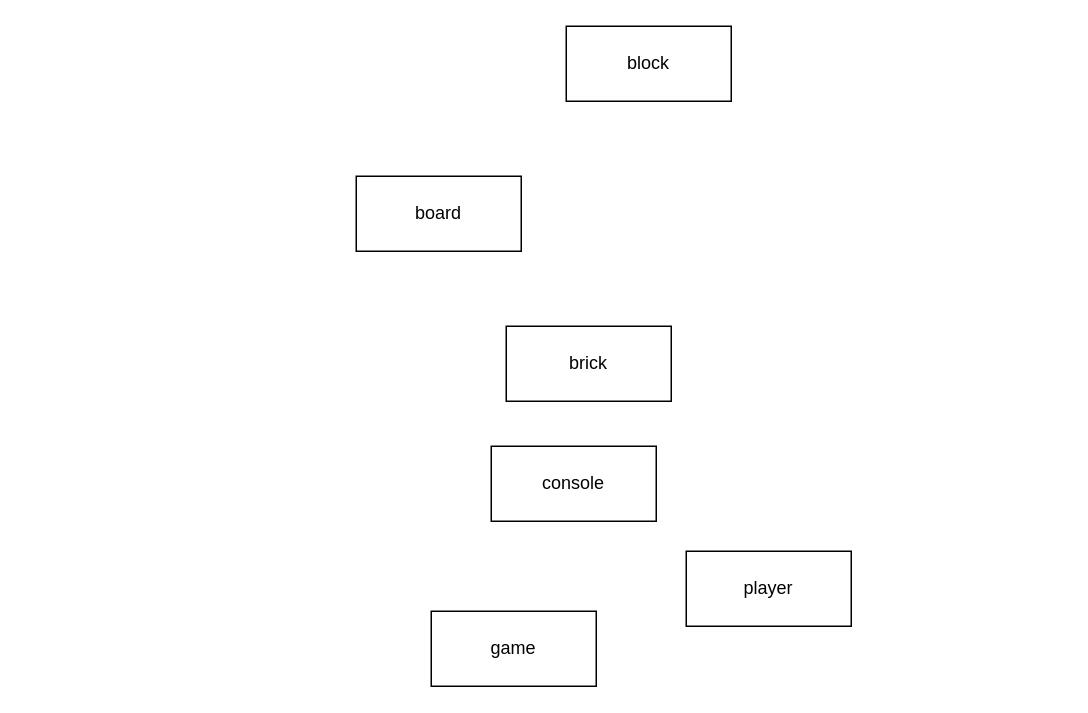
ahnguyen24/Tetris keeps this draw.io diagram as Untitled Diagram.drawio. Above is the earlier version. Source tidied: cells renumbered, new cells numbered last; positions are measured from the earlier drawing's top-left corner, leaving out a move shared by most shapes. Both pictures are drawn from the tidied source at 150%, with x=0, y=0 at pixel (356, 26).
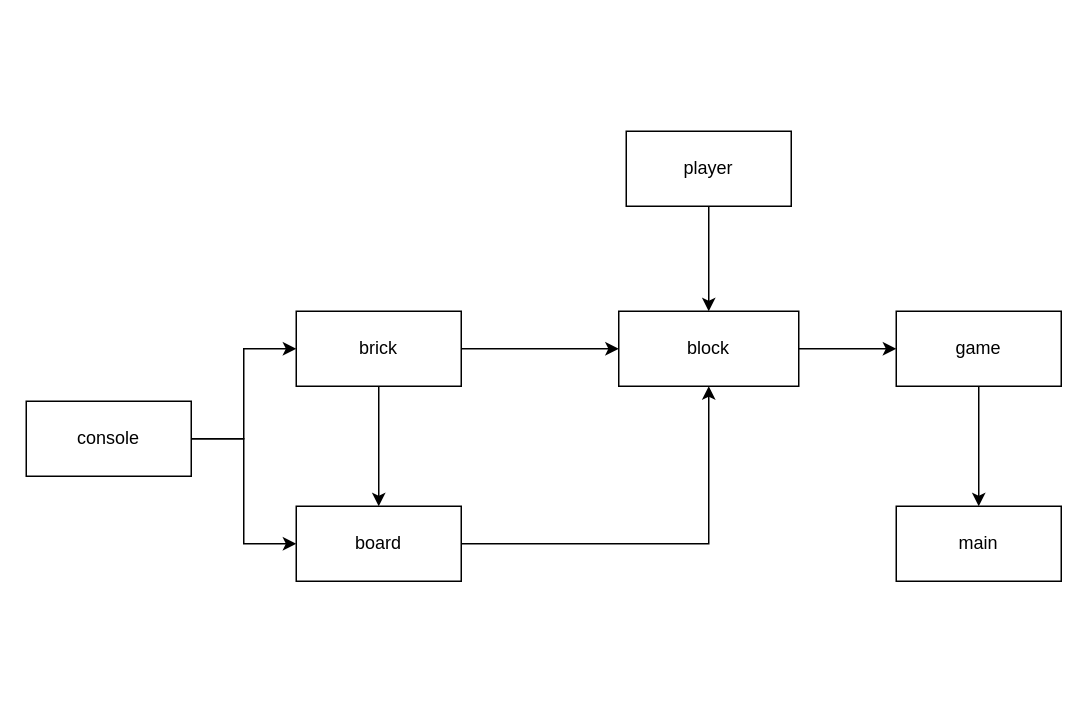
The same diagram, later.

The edit, as a diff of the source:
```diff
@@
 <mxGraphModel>
   <root>
     <mxCell id="0" />
     <mxCell id="1" parent="0" />
+    <mxCell id="8" style="edgeStyle=orthogonalEdgeStyle;rounded=0;jettySize=auto;html=1;entryX=0;entryY=0.5;entryDx=0;entryDy=0;" parent="1" edge="1" source="2" target="6">
+      <mxGeometry relative="1" as="geometry" />
+    </mxCell>
     <mxCell id="2" value="block" style="html=1;whiteSpace=wrap;" parent="1" vertex="1">
-      <mxGeometry x="140" width="110" height="50" as="geometry" />
+      <mxGeometry x="175" y="190" width="120" height="50" as="geometry" />
     </mxCell>
+    <mxCell id="9" style="edgeStyle=orthogonalEdgeStyle;rounded=0;jettySize=auto;html=1;entryX=0.5;entryY=1;entryDx=0;entryDy=0;" parent="1" edge="1" source="3" target="2">
+      <mxGeometry relative="1" as="geometry" />
+    </mxCell>
     <mxCell id="3" value="board" style="html=1;whiteSpace=wrap;" parent="1" vertex="1">
-      <mxGeometry y="100" width="110" height="50" as="geometry" />
+      <mxGeometry x="-40" y="320" width="110" height="50" as="geometry" />
     </mxCell>
+    <mxCell id="10" style="edgeStyle=orthogonalEdgeStyle;rounded=0;jettySize=auto;html=1;exitX=1;exitY=0.5;exitDx=0;exitDy=0;entryX=0;entryY=0.5;entryDx=0;entryDy=0;" parent="1" edge="1" source="4" target="2">
+      <mxGeometry relative="1" as="geometry" />
+    </mxCell>
+    <mxCell id="11" style="edgeStyle=orthogonalEdgeStyle;rounded=0;jettySize=auto;html=1;entryX=0.5;entryY=0;entryDx=0;entryDy=0;" parent="1" edge="1" source="4" target="3">
+      <mxGeometry relative="1" as="geometry" />
+    </mxCell>
     <mxCell id="4" value="brick" style="html=1;whiteSpace=wrap;" parent="1" vertex="1">
-      <mxGeometry x="100" y="200" width="110" height="50" as="geometry" />
+      <mxGeometry x="-40" y="190" width="110" height="50" as="geometry" />
     </mxCell>
+    <mxCell id="12" style="edgeStyle=orthogonalEdgeStyle;rounded=0;jettySize=auto;html=1;entryX=0;entryY=0.5;entryDx=0;entryDy=0;" parent="1" edge="1" source="5" target="3">
+      <mxGeometry relative="1" as="geometry" />
+    </mxCell>
+    <mxCell id="13" style="edgeStyle=orthogonalEdgeStyle;rounded=0;jettySize=auto;html=1;entryX=0;entryY=0.5;entryDx=0;entryDy=0;" parent="1" edge="1" source="5" target="4">
+      <mxGeometry relative="1" as="geometry" />
+    </mxCell>
     <mxCell id="5" value="console" style="html=1;whiteSpace=wrap;" parent="1" vertex="1">
-      <mxGeometry x="90" y="280" width="110" height="50" as="geometry" />
+      <mxGeometry x="-220" y="250" width="110" height="50" as="geometry" />
     </mxCell>
+    <mxCell id="14" style="edgeStyle=orthogonalEdgeStyle;rounded=0;jettySize=auto;html=1;" parent="1" edge="1" source="6" target="16">
+      <mxGeometry relative="1" as="geometry" />
+    </mxCell>
     <mxCell id="6" value="game" style="html=1;whiteSpace=wrap;" parent="1" vertex="1">
-      <mxGeometry x="50" y="390" width="110" height="50" as="geometry" />
+      <mxGeometry x="360" y="190" width="110" height="50" as="geometry" />
     </mxCell>
+    <mxCell id="15" style="edgeStyle=orthogonalEdgeStyle;rounded=0;jettySize=auto;html=1;entryX=0.5;entryY=0;entryDx=0;entryDy=0;" parent="1" edge="1" source="7" target="2">
+      <mxGeometry relative="1" as="geometry" />
+    </mxCell>
     <mxCell id="7" value="player" style="html=1;whiteSpace=wrap;" parent="1" vertex="1">
-      <mxGeometry x="220" y="350" width="110" height="50" as="geometry" />
+      <mxGeometry x="180" y="70" width="110" height="50" as="geometry" />
     </mxCell>
+    <mxCell id="16" value="main" style="html=1;whiteSpace=wrap;" parent="1" vertex="1">
+      <mxGeometry x="360" y="320" width="110" height="50" as="geometry" />
+    </mxCell>
   </root>
 </mxGraphModel>
```
